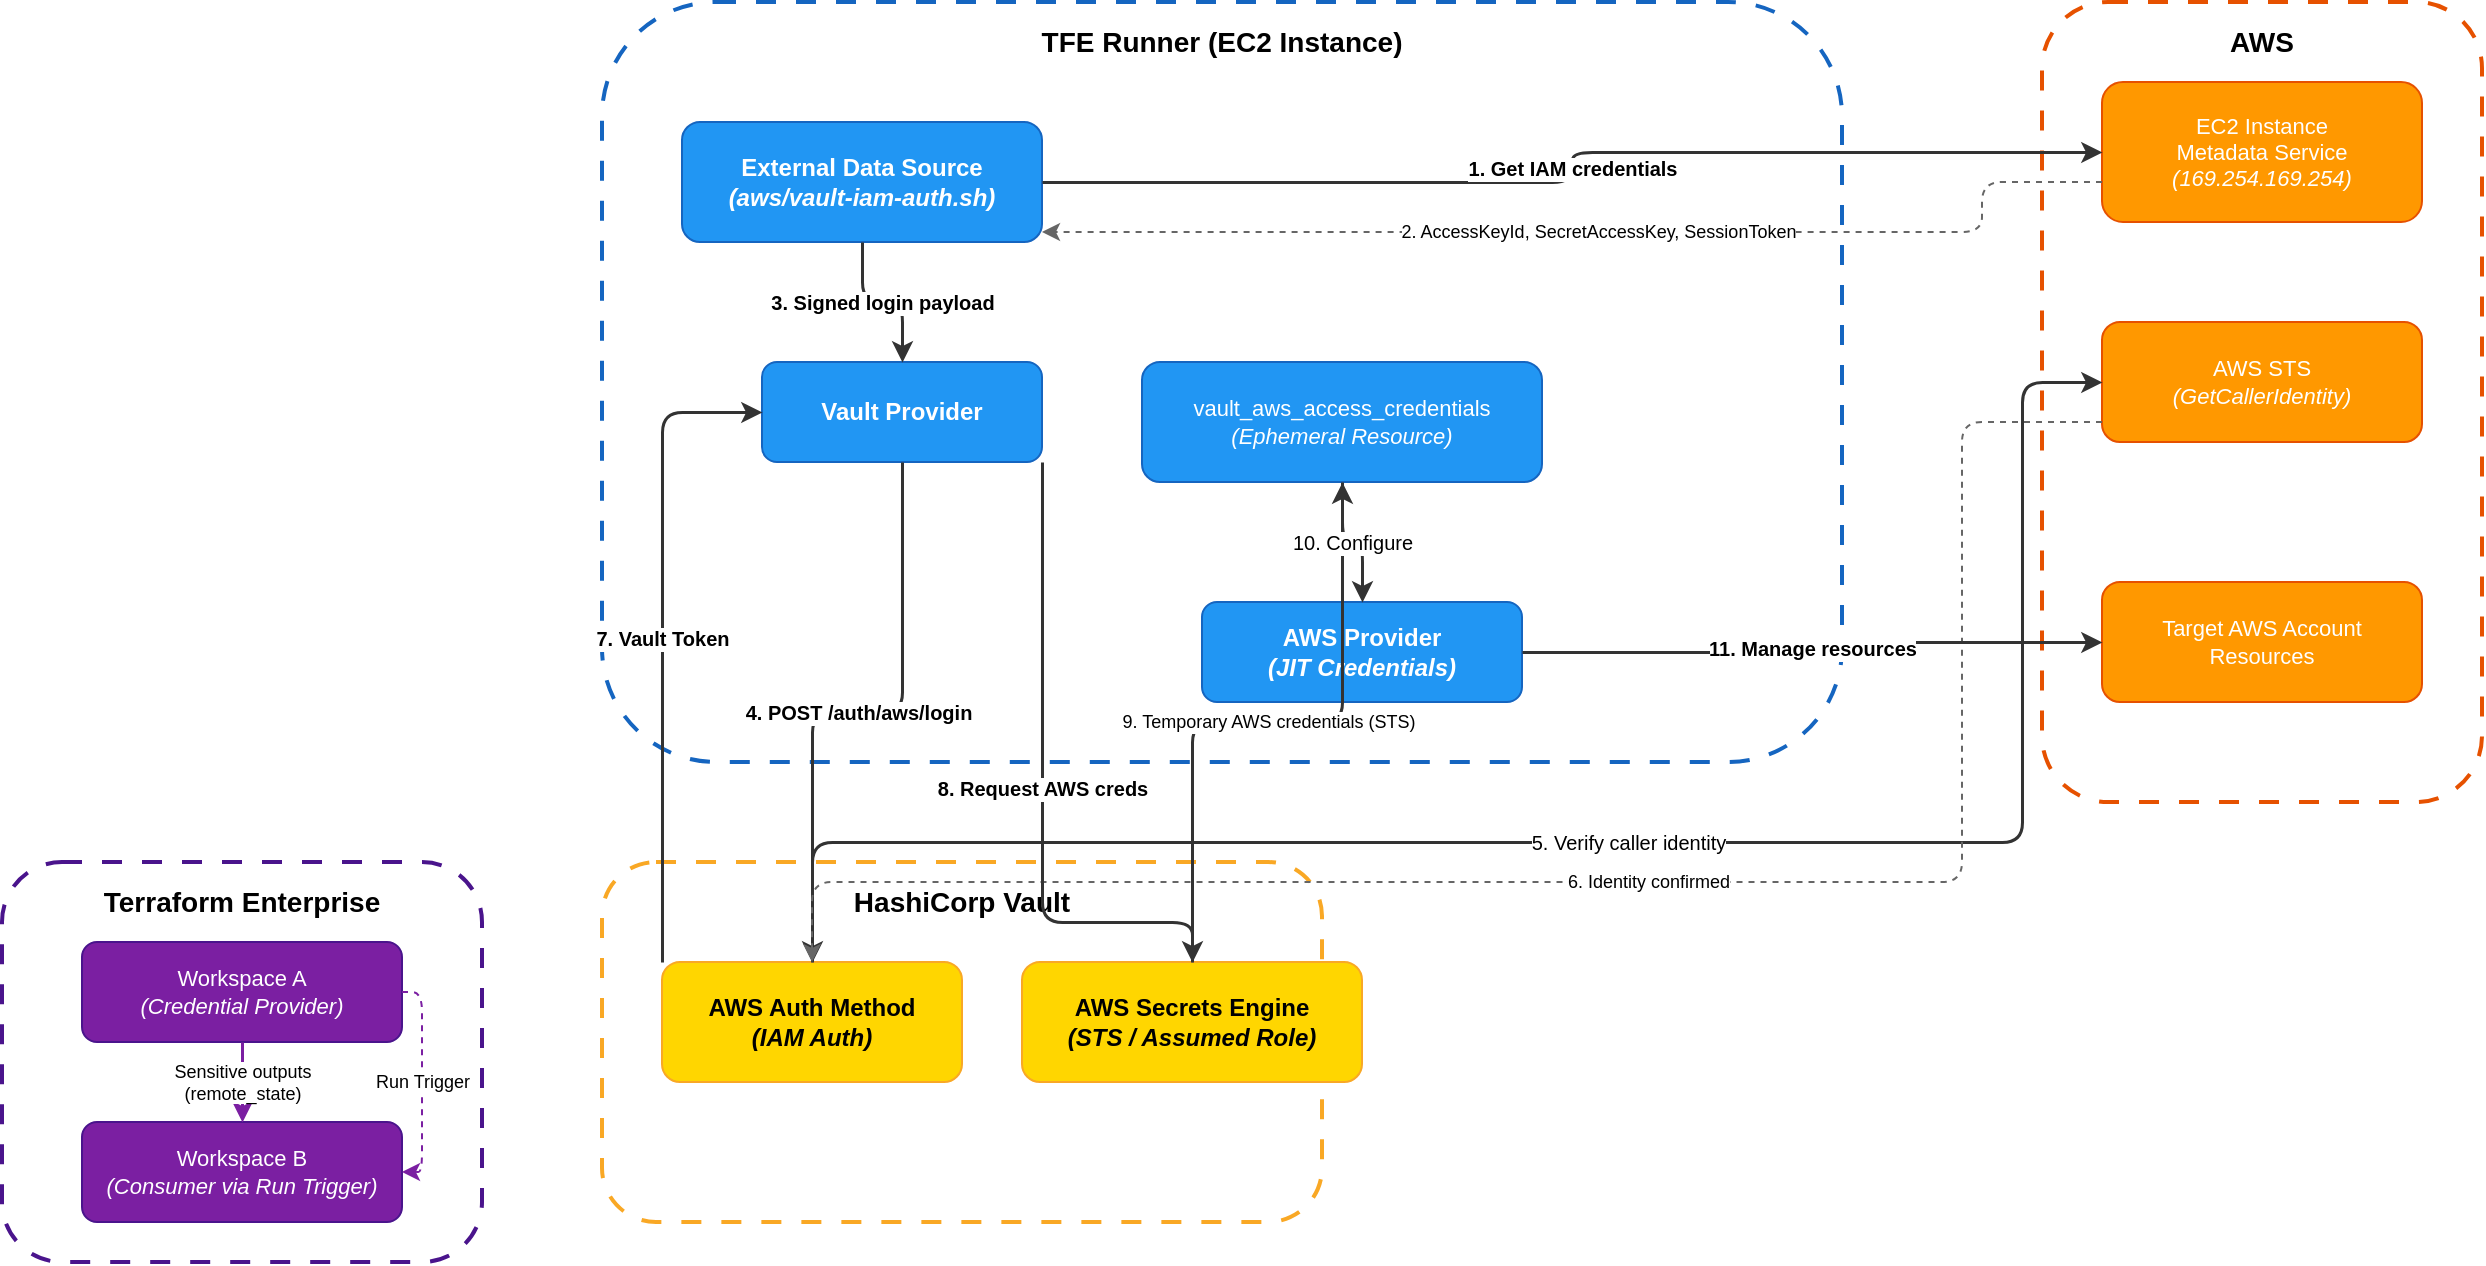
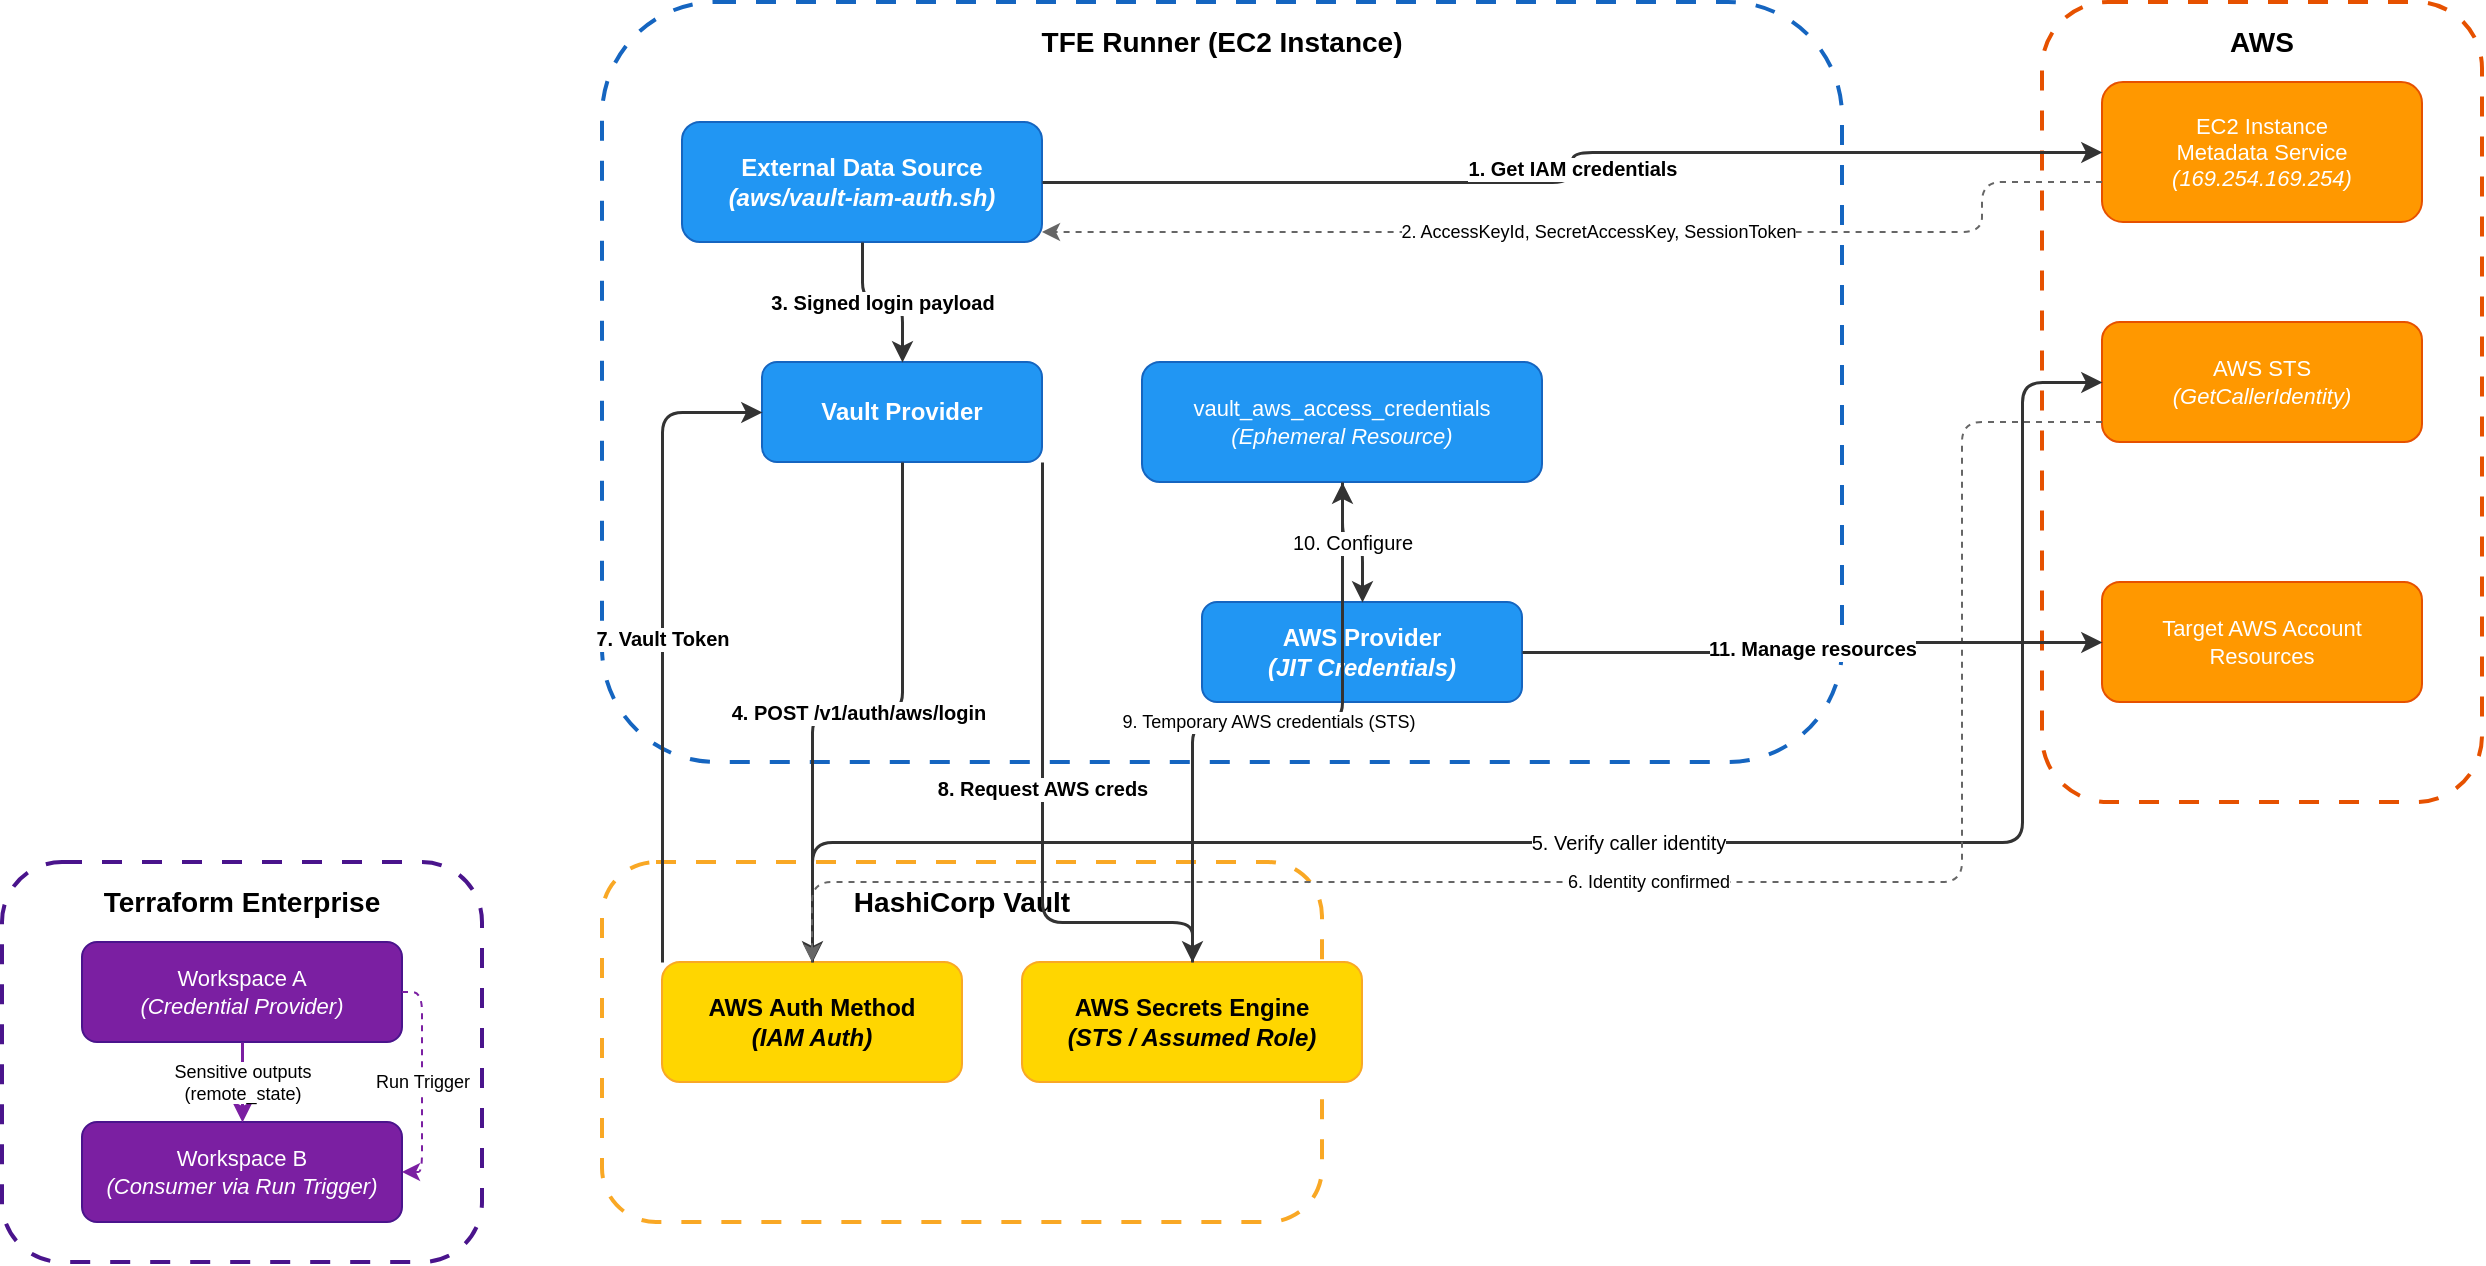
<?xml version="1.0" encoding="UTF-8"?>
<mxfile host="draw.io" type="device">
  <diagram id="vault-iam-auth-high-level" name="High-Level Architecture">
    <mxGraphModel dx="1422" dy="794" grid="1" gridSize="10" guides="1" tooltips="1" connect="1" arrows="1" fold="1" page="1" pageScale="1" pageWidth="1600" pageHeight="900" math="0" shadow="0">
      <root>
        <mxCell id="0" />
        <mxCell id="1" parent="0" />

        <!-- TFE Runner Container -->
        <mxCell id="100" value="TFE Runner (EC2 Instance)" style="rounded=1;whiteSpace=wrap;html=1;fillColor=none;dashed=1;dashPattern=5 5;fontSize=14;fontStyle=1;verticalAlign=top;align=center;spacingTop=5;strokeColor=#1565C0;strokeWidth=2;" vertex="1" parent="1">
          <mxGeometry x="340" y="80" width="620" height="380" as="geometry" />
        </mxCell>

        <!-- External Data Source -->
        <mxCell id="101" value="External Data Source&lt;br&gt;&lt;i&gt;(aws/vault-iam-auth.sh)&lt;/i&gt;" style="rounded=1;whiteSpace=wrap;html=1;fillColor=#2196F3;fontColor=#FFFFFF;strokeColor=#1565C0;fontSize=12;fontStyle=1;" vertex="1" parent="1">
          <mxGeometry x="380" y="140" width="180" height="60" as="geometry" />
        </mxCell>

        <!-- Vault Provider -->
        <mxCell id="102" value="Vault Provider" style="rounded=1;whiteSpace=wrap;html=1;fillColor=#2196F3;fontColor=#FFFFFF;strokeColor=#1565C0;fontSize=12;fontStyle=1;" vertex="1" parent="1">
          <mxGeometry x="420" y="260" width="140" height="50" as="geometry" />
        </mxCell>

        <!-- Ephemeral Resource -->
        <mxCell id="103" value="vault_aws_access_credentials&lt;br&gt;&lt;i&gt;(Ephemeral Resource)&lt;/i&gt;" style="rounded=1;whiteSpace=wrap;html=1;fillColor=#2196F3;fontColor=#FFFFFF;strokeColor=#1565C0;fontSize=11;" vertex="1" parent="1">
          <mxGeometry x="610" y="260" width="200" height="60" as="geometry" />
        </mxCell>

        <!-- AWS Provider -->
        <mxCell id="104" value="AWS Provider&lt;br&gt;&lt;i&gt;(JIT Credentials)&lt;/i&gt;" style="rounded=1;whiteSpace=wrap;html=1;fillColor=#2196F3;fontColor=#FFFFFF;strokeColor=#1565C0;fontSize=12;fontStyle=1;" vertex="1" parent="1">
          <mxGeometry x="640" y="380" width="160" height="50" as="geometry" />
        </mxCell>

        <!-- AWS Services Container -->
        <mxCell id="200" value="AWS" style="rounded=1;whiteSpace=wrap;html=1;fillColor=none;dashed=1;dashPattern=5 5;fontSize=14;fontStyle=1;verticalAlign=top;align=center;spacingTop=5;strokeColor=#E65100;strokeWidth=2;" vertex="1" parent="1">
          <mxGeometry x="1060" y="80" width="220" height="400" as="geometry" />
        </mxCell>

        <!-- EC2 IMDS -->
        <mxCell id="201" value="EC2 Instance&lt;br&gt;Metadata Service&lt;br&gt;&lt;i&gt;(169.254.169.254)&lt;/i&gt;" style="rounded=1;whiteSpace=wrap;html=1;fillColor=#FF9800;fontColor=#FFFFFF;strokeColor=#E65100;fontSize=11;" vertex="1" parent="1">
          <mxGeometry x="1090" y="120" width="160" height="70" as="geometry" />
        </mxCell>

        <!-- AWS STS -->
        <mxCell id="202" value="AWS STS&lt;br&gt;&lt;i&gt;(GetCallerIdentity)&lt;/i&gt;" style="rounded=1;whiteSpace=wrap;html=1;fillColor=#FF9800;fontColor=#FFFFFF;strokeColor=#E65100;fontSize=11;" vertex="1" parent="1">
          <mxGeometry x="1090" y="240" width="160" height="60" as="geometry" />
        </mxCell>

        <!-- Target Resources -->
        <mxCell id="203" value="Target AWS Account&lt;br&gt;Resources" style="rounded=1;whiteSpace=wrap;html=1;fillColor=#FF9800;fontColor=#FFFFFF;strokeColor=#E65100;fontSize=11;" vertex="1" parent="1">
          <mxGeometry x="1090" y="370" width="160" height="60" as="geometry" />
        </mxCell>

        <!-- Vault Container -->
        <mxCell id="300" value="HashiCorp Vault" style="rounded=1;whiteSpace=wrap;html=1;fillColor=none;dashed=1;dashPattern=5 5;fontSize=14;fontStyle=1;verticalAlign=top;align=center;spacingTop=5;strokeColor=#F9A825;strokeWidth=2;" vertex="1" parent="1">
          <mxGeometry x="340" y="510" width="360" height="180" as="geometry" />
        </mxCell>

        <!-- AWS Auth Method -->
        <mxCell id="301" value="AWS Auth Method&lt;br&gt;&lt;i&gt;(IAM Auth)&lt;/i&gt;" style="rounded=1;whiteSpace=wrap;html=1;fillColor=#FFD600;fontColor=#000000;strokeColor=#F9A825;fontSize=12;fontStyle=1;" vertex="1" parent="1">
          <mxGeometry x="370" y="560" width="150" height="60" as="geometry" />
        </mxCell>

        <!-- AWS Secrets Engine -->
        <mxCell id="302" value="AWS Secrets Engine&lt;br&gt;&lt;i&gt;(STS / Assumed Role)&lt;/i&gt;" style="rounded=1;whiteSpace=wrap;html=1;fillColor=#FFD600;fontColor=#000000;strokeColor=#F9A825;fontSize=12;fontStyle=1;" vertex="1" parent="1">
          <mxGeometry x="550" y="560" width="170" height="60" as="geometry" />
        </mxCell>

        <!-- TFE Container -->
        <mxCell id="400" value="Terraform Enterprise" style="rounded=1;whiteSpace=wrap;html=1;fillColor=none;dashed=1;dashPattern=5 5;fontSize=14;fontStyle=1;verticalAlign=top;align=center;spacingTop=5;strokeColor=#4A148C;strokeWidth=2;" vertex="1" parent="1">
          <mxGeometry x="40" y="510" width="240" height="200" as="geometry" />
        </mxCell>

        <!-- Workspace A -->
        <mxCell id="401" value="Workspace A&lt;br&gt;&lt;i&gt;(Credential Provider)&lt;/i&gt;" style="rounded=1;whiteSpace=wrap;html=1;fillColor=#7B1FA2;fontColor=#FFFFFF;strokeColor=#4A148C;fontSize=11;" vertex="1" parent="1">
          <mxGeometry x="80" y="550" width="160" height="50" as="geometry" />
        </mxCell>

        <!-- Workspace B -->
        <mxCell id="402" value="Workspace B&lt;br&gt;&lt;i&gt;(Consumer via Run Trigger)&lt;/i&gt;" style="rounded=1;whiteSpace=wrap;html=1;fillColor=#7B1FA2;fontColor=#FFFFFF;strokeColor=#4A148C;fontSize=11;" vertex="1" parent="1">
          <mxGeometry x="80" y="640" width="160" height="50" as="geometry" />
        </mxCell>


        <!-- FLOW ARROWS -->

        <!-- 1. Get IAM credentials -->
        <mxCell id="e1" value="1. Get IAM credentials" style="edgeStyle=orthogonalEdgeStyle;rounded=1;orthogonalLoop=1;jettySize=auto;html=1;fontSize=10;fontStyle=1;strokeColor=#333333;strokeWidth=1.5;" edge="1" source="101" target="201" parent="1">
          <mxGeometry relative="1" as="geometry" />
        </mxCell>

        <!-- 2. Credentials returned -->
        <mxCell id="e2" value="2. AccessKeyId, SecretAccessKey, SessionToken" style="edgeStyle=orthogonalEdgeStyle;rounded=1;orthogonalLoop=1;jettySize=auto;html=1;fontSize=9;strokeColor=#666666;strokeWidth=1;dashed=1;" edge="1" source="201" target="101" parent="1">
          <mxGeometry relative="1" as="geometry">
            <Array as="points">
              <mxPoint x="1030" y="170" />
              <mxPoint x="1030" y="195" />
            </Array>
          </mxGeometry>
        </mxCell>

        <!-- 3. Signed payload to Vault Provider -->
        <mxCell id="e3" value="3. Signed login payload" style="edgeStyle=orthogonalEdgeStyle;rounded=1;orthogonalLoop=1;jettySize=auto;html=1;fontSize=10;fontStyle=1;strokeColor=#333333;strokeWidth=1.5;" edge="1" source="101" target="102" parent="1">
          <mxGeometry relative="1" as="geometry" />
        </mxCell>

-         <!-- 4. Vault Provider calls auth/aws/login -->
-         <mxCell id="e4" value="4. POST /auth/aws/login" style="edgeStyle=orthogonalEdgeStyle;rounded=1;orthogonalLoop=1;jettySize=auto;html=1;fontSize=10;fontStyle=1;strokeColor=#333333;strokeWidth=1.5;" edge="1" source="102" target="301" parent="1">
+         <!-- 4. Vault Provider calls /v1/auth/aws/login -->
+         <mxCell id="e4" value="4. POST /v1/auth/aws/login" style="edgeStyle=orthogonalEdgeStyle;rounded=1;orthogonalLoop=1;jettySize=auto;html=1;fontSize=10;fontStyle=1;strokeColor=#333333;strokeWidth=1.5;" edge="1" source="102" target="301" parent="1">
          <mxGeometry relative="1" as="geometry" />
        </mxCell>

        <!-- 5. Vault verifies via STS -->
        <mxCell id="e5" value="5. Verify caller identity" style="edgeStyle=orthogonalEdgeStyle;rounded=1;orthogonalLoop=1;jettySize=auto;html=1;fontSize=10;strokeColor=#333333;strokeWidth=1.5;" edge="1" source="301" target="202" parent="1">
          <mxGeometry relative="1" as="geometry">
            <Array as="points">
              <mxPoint x="445" y="500" />
              <mxPoint x="1050" y="500" />
              <mxPoint x="1050" y="270" />
            </Array>
          </mxGeometry>
        </mxCell>

        <!-- 6. Identity confirmed -->
        <mxCell id="e6" value="6. Identity confirmed" style="edgeStyle=orthogonalEdgeStyle;rounded=1;orthogonalLoop=1;jettySize=auto;html=1;fontSize=9;strokeColor=#666666;strokeWidth=1;dashed=1;" edge="1" source="202" target="301" parent="1">
          <mxGeometry relative="1" as="geometry">
            <Array as="points">
              <mxPoint x="1020" y="290" />
              <mxPoint x="1020" y="520" />
              <mxPoint x="445" y="520" />
            </Array>
          </mxGeometry>
        </mxCell>

        <!-- 7. Vault Token returned to Vault Provider -->
        <mxCell id="e7" value="7. Vault Token" style="edgeStyle=orthogonalEdgeStyle;rounded=1;orthogonalLoop=1;jettySize=auto;html=1;fontSize=10;fontStyle=1;strokeColor=#333333;strokeWidth=1.5;" edge="1" source="301" target="102" parent="1">
          <mxGeometry relative="1" as="geometry">
            <Array as="points">
              <mxPoint x="370" y="540" />
              <mxPoint x="370" y="285" />
            </Array>
          </mxGeometry>
        </mxCell>

        <!-- 8. Request AWS creds -->
        <mxCell id="e8" value="8. Request AWS creds" style="edgeStyle=orthogonalEdgeStyle;rounded=1;orthogonalLoop=1;jettySize=auto;html=1;fontSize=10;fontStyle=1;strokeColor=#333333;strokeWidth=1.5;" edge="1" source="102" target="302" parent="1">
          <mxGeometry relative="1" as="geometry">
            <Array as="points">
              <mxPoint x="560" y="290" />
              <mxPoint x="560" y="540" />
              <mxPoint x="635" y="540" />
            </Array>
          </mxGeometry>
        </mxCell>

        <!-- 9. Temporary AWS creds -->
        <mxCell id="e9" value="9. Temporary AWS credentials (STS)" style="edgeStyle=orthogonalEdgeStyle;rounded=1;orthogonalLoop=1;jettySize=auto;html=1;fontSize=9;strokeColor=#333333;strokeWidth=1.5;" edge="1" source="302" target="103" parent="1">
          <mxGeometry relative="1" as="geometry" />
        </mxCell>

        <!-- 10. Configure AWS Provider -->
        <mxCell id="e10" value="10. Configure" style="edgeStyle=orthogonalEdgeStyle;rounded=1;orthogonalLoop=1;jettySize=auto;html=1;fontSize=10;strokeColor=#333333;strokeWidth=1.5;" edge="1" source="103" target="104" parent="1">
          <mxGeometry relative="1" as="geometry" />
        </mxCell>

        <!-- 11. Manage resources -->
        <mxCell id="e11" value="11. Manage resources" style="edgeStyle=orthogonalEdgeStyle;rounded=1;orthogonalLoop=1;jettySize=auto;html=1;fontSize=10;fontStyle=1;strokeColor=#333333;strokeWidth=1.5;" edge="1" source="104" target="203" parent="1">
          <mxGeometry relative="1" as="geometry" />
        </mxCell>

        <!-- Workspace A -> B (remote_state) -->
        <mxCell id="e12" value="Sensitive outputs&lt;br&gt;(remote_state)" style="edgeStyle=orthogonalEdgeStyle;rounded=1;orthogonalLoop=1;jettySize=auto;html=1;fontSize=9;strokeColor=#7B1FA2;strokeWidth=1.5;" edge="1" source="401" target="402" parent="1">
          <mxGeometry relative="1" as="geometry" />
        </mxCell>

        <!-- Run Trigger -->
        <mxCell id="e13" value="Run Trigger" style="edgeStyle=orthogonalEdgeStyle;rounded=1;orthogonalLoop=1;jettySize=auto;html=1;fontSize=9;strokeColor=#7B1FA2;strokeWidth=1;dashed=1;" edge="1" source="401" target="402" parent="1">
          <mxGeometry relative="1" as="geometry">
            <Array as="points">
              <mxPoint x="250" y="575" />
              <mxPoint x="250" y="665" />
            </Array>
          </mxGeometry>
        </mxCell>

      </root>
    </mxGraphModel>
  </diagram>
</mxfile>
